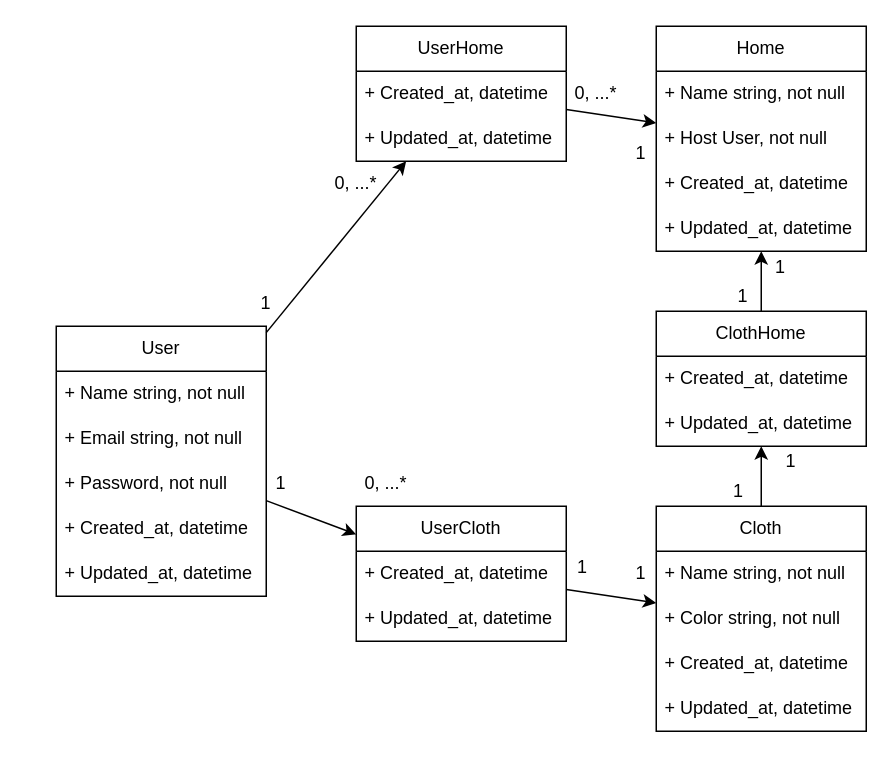
Above: .doc/UML/diagramme_de_classe.drawio in BastosFab/Ma-Garde-Robe (draw.io), before the change. Source tidied: cells renumbered, new cells numbered last; positions are measured from the earlier drawing's top-left corner, leaving out a move shared by most shapes. Both pictures are drawn from the tidied source at 150%, with x=0, y=0 at pixel (56, 26).
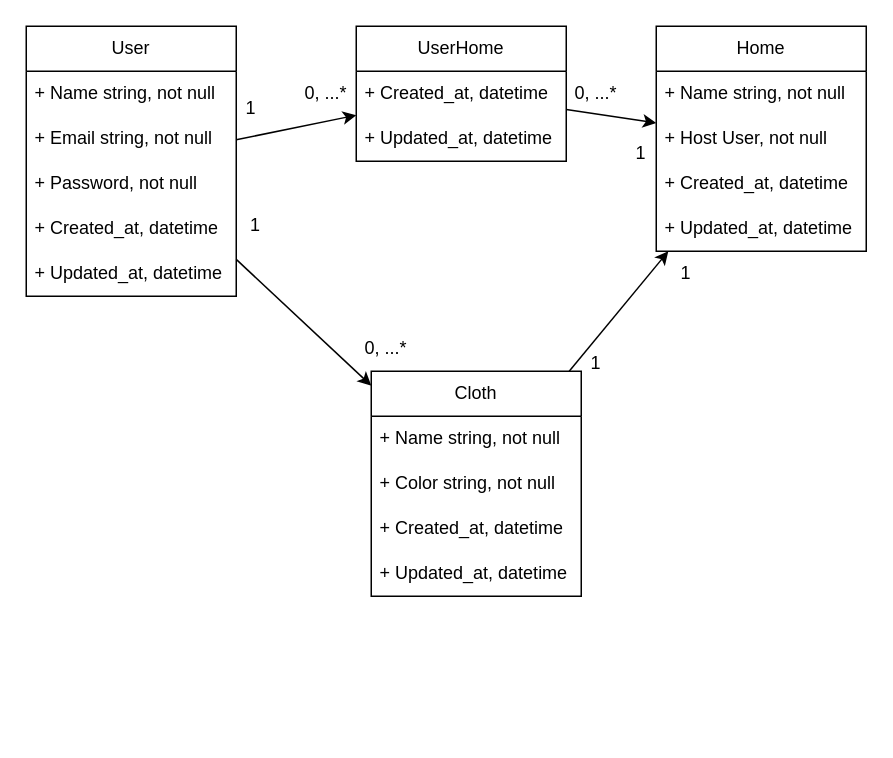
Above is the later version.

The change refers to these unchanged cells:
```xml
<mxCell id="13" value="Home" style="swimlane;fontStyle=0;horizontal=1;startSize=30;whiteSpace=wrap;html=1;" parent="1" vertex="1">
  <mxGeometry x="400" width="140" height="150" as="geometry" />
</mxCell>
```

What changed in the source:
```diff
@@
-    <mxCell id="2" style="edgeStyle=none;html=1;" parent="1" edge="1" source="3" target="26">
+    <mxCell id="2" style="edgeStyle=none;html=1;" parent="1" edge="1" source="3" target="19">
       <mxGeometry relative="1" as="geometry" />
     </mxCell>
     <mxCell id="3" value="User" style="swimlane;fontStyle=0;horizontal=1;startSize=30;whiteSpace=wrap;html=1;" parent="1" vertex="1">
-      <mxGeometry y="200" width="140" height="180" as="geometry" />
+      <mxGeometry x="-20" width="140" height="180" as="geometry" />
     </mxCell>
@@
-    <mxCell id="18" style="edgeStyle=none;html=1;" parent="1" edge="1" source="19" target="30">
-      <mxGeometry relative="1" as="geometry" />
-    </mxCell>
+    <mxCell id="45" style="edgeStyle=none;html=1;" parent="1" edge="1" source="19" target="13">
+      <mxGeometry relative="1" as="geometry" />
+    </mxCell>
     <mxCell id="19" value="Cloth" style="swimlane;fontStyle=0;horizontal=1;startSize=30;whiteSpace=wrap;html=1;" parent="1" vertex="1">
-      <mxGeometry x="400" y="320" width="140" height="150" as="geometry" />
+      <mxGeometry x="210" y="230" width="140" height="150" as="geometry" />
     </mxCell>
@@
-    <mxCell id="25" style="edgeStyle=none;html=1;" parent="1" edge="1" source="26" target="19">
-      <mxGeometry relative="1" as="geometry" />
-    </mxCell>
-    <mxCell id="26" value="UserCloth" style="swimlane;fontStyle=0;horizontal=1;startSize=30;whiteSpace=wrap;html=1;" parent="1" vertex="1">
-      <mxGeometry x="200" y="320" width="140" height="90" as="geometry" />
-    </mxCell>
-    <mxCell id="27" value="+ Created_at, datetime" style="text;strokeColor=none;fillColor=none;align=left;verticalAlign=middle;spacingLeft=4;spacingRight=4;overflow=hidden;whiteSpace=wrap;html=1;" parent="26" vertex="1">
-      <mxGeometry y="30" width="140" height="30" as="geometry" />
-    </mxCell>
-    <mxCell id="28" value="+ Updated_at, datetime" style="text;strokeColor=none;fillColor=none;align=left;verticalAlign=middle;spacingLeft=4;spacingRight=4;overflow=hidden;whiteSpace=wrap;html=1;" parent="26" vertex="1">
-      <mxGeometry y="60" width="140" height="30" as="geometry" />
-    </mxCell>
-    <mxCell id="29" style="edgeStyle=none;html=1;" parent="1" edge="1" source="30" target="13">
-      <mxGeometry relative="1" as="geometry" />
-    </mxCell>
-    <mxCell id="30" value="ClothHome" style="swimlane;fontStyle=0;horizontal=1;startSize=30;whiteSpace=wrap;html=1;" parent="1" vertex="1">
-      <mxGeometry x="400" y="190" width="140" height="90" as="geometry" />
-    </mxCell>
-    <mxCell id="31" value="+ Created_at, datetime" style="text;strokeColor=none;fillColor=none;align=left;verticalAlign=middle;spacingLeft=4;spacingRight=4;overflow=hidden;whiteSpace=wrap;html=1;" parent="30" vertex="1">
-      <mxGeometry y="30" width="140" height="30" as="geometry" />
-    </mxCell>
-    <mxCell id="32" value="+ Updated_at, datetime" style="text;strokeColor=none;fillColor=none;align=left;verticalAlign=middle;spacingLeft=4;spacingRight=4;overflow=hidden;whiteSpace=wrap;html=1;" parent="30" vertex="1">
-      <mxGeometry y="60" width="140" height="30" as="geometry" />
-    </mxCell>
     <mxCell id="33" value="1" style="text;html=1;strokeColor=none;fillColor=none;align=center;verticalAlign=middle;whiteSpace=wrap;rounded=0;" parent="1" vertex="1">
-      <mxGeometry x="110" y="170" width="60" height="30" as="geometry" />
+      <mxGeometry x="103" y="118" width="60" height="30" as="geometry" />
     </mxCell>
     <mxCell id="34" value="0, ...*" style="text;html=1;strokeColor=none;fillColor=none;align=center;verticalAlign=middle;whiteSpace=wrap;rounded=0;" parent="1" vertex="1">
-      <mxGeometry x="170" y="90" width="60" height="30" as="geometry" />
+      <mxGeometry x="150" y="30" width="60" height="30" as="geometry" />
     </mxCell>
     <mxCell id="35" value="0, ...*" style="text;html=1;strokeColor=none;fillColor=none;align=center;verticalAlign=middle;whiteSpace=wrap;rounded=0;" parent="1" vertex="1">
-      <mxGeometry x="190" y="290" width="60" height="30" as="geometry" />
+      <mxGeometry x="190" y="200" width="60" height="30" as="geometry" />
     </mxCell>
     <mxCell id="36" value="1" style="text;html=1;strokeColor=none;fillColor=none;align=center;verticalAlign=middle;whiteSpace=wrap;rounded=0;" parent="1" vertex="1">
-      <mxGeometry x="120" y="290" width="60" height="30" as="geometry" />
+      <mxGeometry x="100" y="40" width="60" height="30" as="geometry" />
     </mxCell>
@@
-    <mxCell id="38" value="1" style="text;html=1;strokeColor=none;fillColor=none;align=center;verticalAlign=middle;whiteSpace=wrap;rounded=0;" parent="1" vertex="1">
-      <mxGeometry x="360" y="350" width="60" height="30" as="geometry" />
-    </mxCell>
@@
-    <mxCell id="40" value="1" style="text;html=1;strokeColor=none;fillColor=none;align=center;verticalAlign=middle;whiteSpace=wrap;rounded=0;" parent="1" vertex="1">
-      <mxGeometry x="321" y="346" width="60" height="30" as="geometry" />
-    </mxCell>
     <mxCell id="41" value="1" style="text;html=1;strokeColor=none;fillColor=none;align=center;verticalAlign=middle;whiteSpace=wrap;rounded=0;" parent="1" vertex="1">
-      <mxGeometry x="425" y="295" width="60" height="30" as="geometry" />
+      <mxGeometry x="330" y="210" width="60" height="30" as="geometry" />
     </mxCell>
-    <mxCell id="42" value="1" style="text;html=1;strokeColor=none;fillColor=none;align=center;verticalAlign=middle;whiteSpace=wrap;rounded=0;" parent="1" vertex="1">
-      <mxGeometry x="460" y="275" width="60" height="30" as="geometry" />
-    </mxCell>
-    <mxCell id="43" value="1" style="text;html=1;strokeColor=none;fillColor=none;align=center;verticalAlign=middle;whiteSpace=wrap;rounded=0;" parent="1" vertex="1">
-      <mxGeometry x="428" y="165" width="60" height="30" as="geometry" />
-    </mxCell>
     <mxCell id="44" value="1" style="text;html=1;strokeColor=none;fillColor=none;align=center;verticalAlign=middle;whiteSpace=wrap;rounded=0;" parent="1" vertex="1">
-      <mxGeometry x="453" y="146" width="60" height="30" as="geometry" />
+      <mxGeometry x="390" y="150" width="60" height="30" as="geometry" />
     </mxCell>
```
